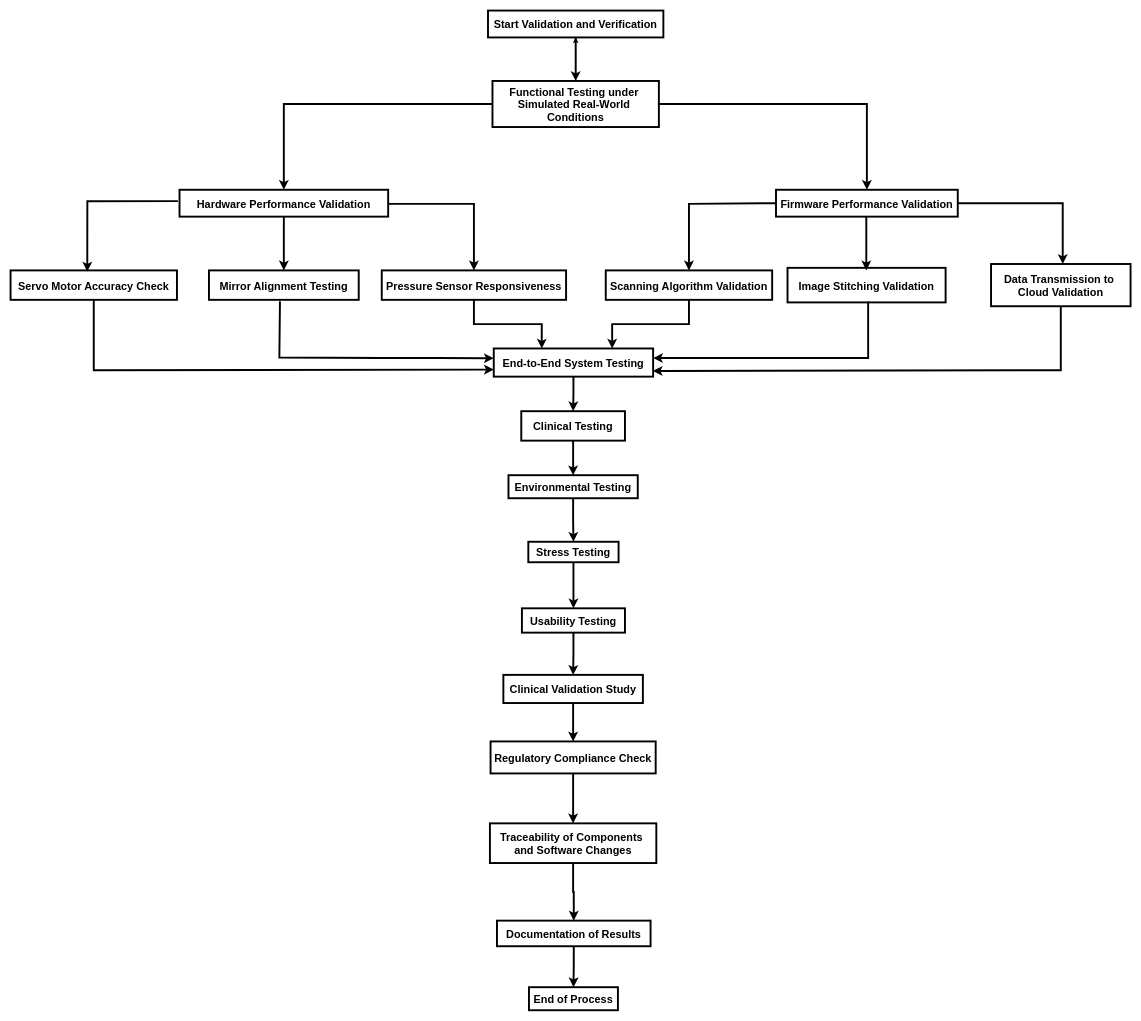
Earlier version of the draw.io diagram HW,FW work plan.drawio (Charlie174/Draw.io). Source tidied: cells renumbered, new cells numbered last; positions are measured from the earlier drawing's top-left corner, leaving out a move shared by most shapes. Both pictures are drawn from the tidied source at 64%, with x=0, y=0 at pixel (10, 10).
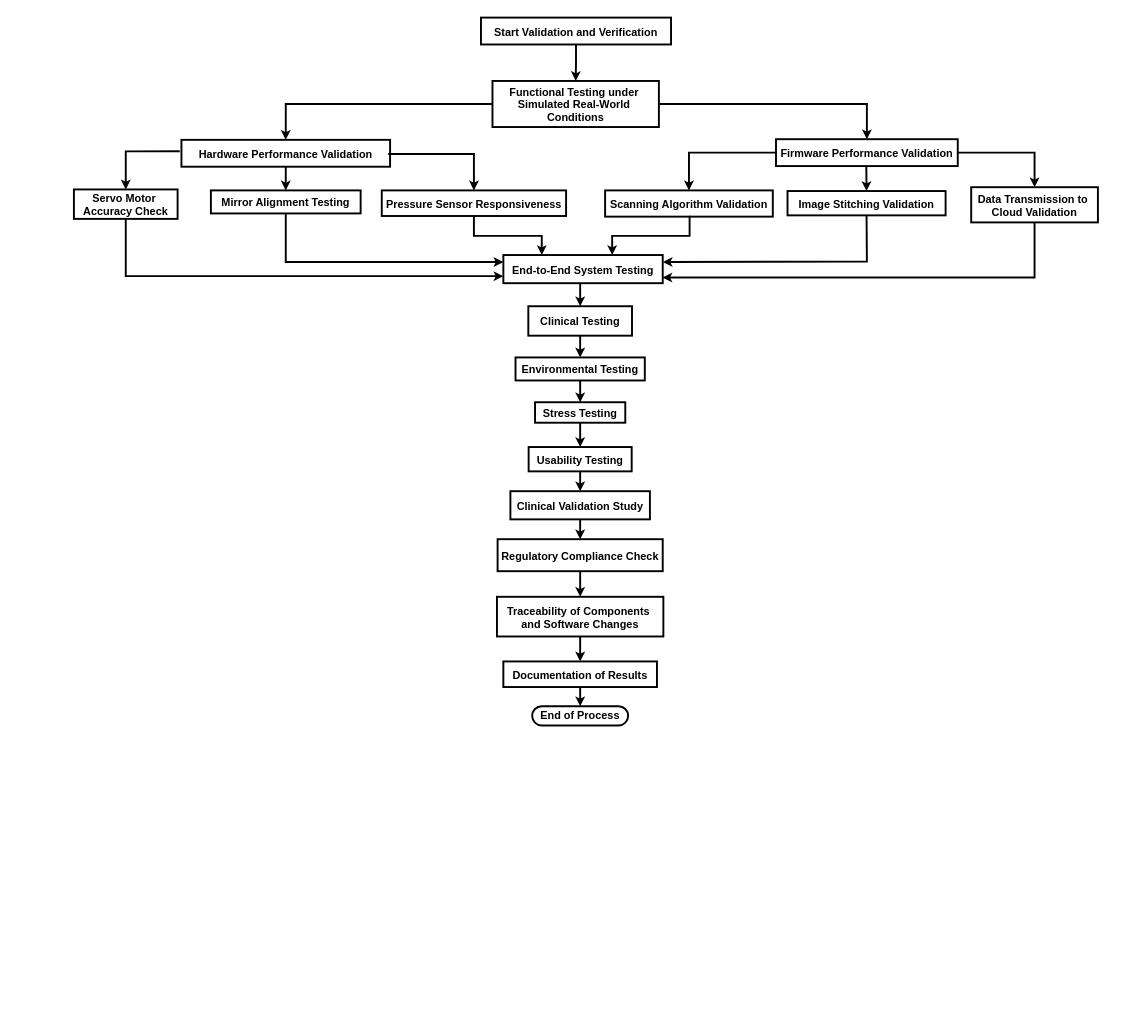
The same page after the edit.

The change refers to these unchanged cells:
```xml
<mxCell id="5" value="Functional Testing under &#10;Simulated Real-World &#10;Conditions" style="fillColor=none;strokeColor=default;strokeWidth=3;fontSize=17;fontStyle=1;" parent="1" vertex="1">
  <mxGeometry x="753" y="110" width="260" height="72" as="geometry" />
</mxCell>
```

What changed in the source:
```diff
@@
-    <mxCell id="2" style="edgeStyle=orthogonalEdgeStyle;rounded=0;jettySize=auto;html=1;strokeWidth=3;" parent="1" edge="1" source="3" target="5">
+    <mxCell id="2" style="edgeStyle=orthogonalEdgeStyle;rounded=0;jettySize=auto;html=1;strokeWidth=3;fontSize=17;" parent="1" edge="1" source="3" target="5">
       <mxGeometry relative="1" as="geometry" />
     </mxCell>
     <mxCell id="3" value="Start Validation and Verification" style="fillColor=none;strokeColor=default;strokeWidth=3;fontSize=17;fontStyle=1;" parent="1" vertex="1">
-      <mxGeometry x="746" width="274" height="42" as="geometry" />
+      <mxGeometry x="735" y="11" width="297" height="42" as="geometry" />
     </mxCell>
-    <mxCell id="4" style="edgeStyle=orthogonalEdgeStyle;rounded=0;jettySize=auto;html=1;" parent="1" edge="1" source="5" target="3">
-      <mxGeometry relative="1" as="geometry" />
-    </mxCell>
@@
-    <mxCell id="6" style="edgeStyle=orthogonalEdgeStyle;rounded=0;jettySize=auto;html=1;strokeWidth=3;" parent="1" edge="1" source="7" target="10">
+    <mxCell id="6" style="edgeStyle=orthogonalEdgeStyle;rounded=0;jettySize=auto;html=1;strokeWidth=3;fontSize=17;" parent="1" edge="1" source="7" target="10">
       <mxGeometry relative="1" as="geometry" />
     </mxCell>
     <mxCell id="7" value="Hardware Performance Validation" style="fillColor=none;strokeColor=default;strokeWidth=3;fontSize=17;fontStyle=1;" parent="1" vertex="1">
-      <mxGeometry x="264" y="280" width="326" height="42" as="geometry" />
+      <mxGeometry x="267" y="202" width="326" height="42" as="geometry" />
     </mxCell>
     <mxCell id="8" value="Firmware Performance Validation" style="fillColor=none;strokeColor=default;strokeWidth=3;fontSize=17;fontStyle=1;" parent="1" vertex="1">
-      <mxGeometry x="1196" y="280" width="284" height="42" as="geometry" />
+      <mxGeometry x="1196" y="201" width="284" height="42" as="geometry" />
     </mxCell>
-    <mxCell id="9" value="Servo Motor Accuracy Check" style="fillColor=none;strokeColor=default;strokeWidth=3;fontSize=17;fontStyle=1;" parent="1" vertex="1">
-      <mxGeometry y="406" width="260" height="46" as="geometry" />
+    <mxCell id="9" value="Servo Motor &#10;Accuracy Check" style="fillColor=none;strokeColor=default;strokeWidth=3;fontSize=17;fontStyle=1;" parent="1" vertex="1">
+      <mxGeometry x="99" y="279.5" width="162" height="46" as="geometry" />
     </mxCell>
     <mxCell id="10" value="Mirror Alignment Testing" style="fillColor=none;strokeColor=default;strokeWidth=3;fontSize=17;fontStyle=1;" parent="1" vertex="1">
-      <mxGeometry x="310" y="406" width="234" height="46" as="geometry" />
+      <mxGeometry x="313" y="281" width="234" height="36" as="geometry" />
     </mxCell>
-    <mxCell id="11" style="edgeStyle=orthogonalEdgeStyle;rounded=0;jettySize=auto;html=1;strokeWidth=3;" parent="1" edge="1" source="12" target="18">
+    <mxCell id="11" style="edgeStyle=orthogonalEdgeStyle;rounded=0;jettySize=auto;html=1;strokeWidth=3;exitX=0.5;exitY=1;exitDx=0;exitDy=0;fontSize=17;" parent="1" edge="1" source="12" target="18">
       <mxGeometry relative="1" as="geometry">
         <Array as="points">
-          <mxPoint x="724" y="490" />
-          <mxPoint x="830" y="490" />
+          <mxPoint x="724" y="352" />
+          <mxPoint x="830" y="352" />
         </Array>
       </mxGeometry>
     </mxCell>
     <mxCell id="12" value="Pressure Sensor Responsiveness" style="fillColor=none;strokeColor=default;strokeWidth=3;fontSize=17;fontStyle=1;" parent="1" vertex="1">
-      <mxGeometry x="580" y="406" width="288" height="46" as="geometry" />
+      <mxGeometry x="580" y="281" width="288" height="40" as="geometry" />
     </mxCell>
-    <mxCell id="13" style="edgeStyle=orthogonalEdgeStyle;rounded=0;jettySize=auto;html=1;strokeWidth=3;" parent="1" edge="1" source="14" target="18">
+    <mxCell id="13" style="edgeStyle=orthogonalEdgeStyle;rounded=0;jettySize=auto;html=1;strokeWidth=3;exitX=0.5;exitY=1;exitDx=0;exitDy=0;fontSize=17;" parent="1" edge="1" source="14" target="18">
       <mxGeometry relative="1" as="geometry">
         <Array as="points">
-          <mxPoint x="1060" y="490" />
-          <mxPoint x="940" y="490" />
+          <mxPoint x="1061" y="352" />
+          <mxPoint x="940" y="352" />
         </Array>
       </mxGeometry>
     </mxCell>
     <mxCell id="14" value="Scanning Algorithm Validation" style="fillColor=none;strokeColor=default;strokeWidth=3;fontSize=17;fontStyle=1;" parent="1" vertex="1">
-      <mxGeometry x="930" y="406" width="260" height="46" as="geometry" />
+      <mxGeometry x="929" y="281" width="262" height="41" as="geometry" />
     </mxCell>
     <mxCell id="15" value="Image Stitching Validation" style="fillColor=none;strokeColor=default;strokeWidth=3;fontSize=17;fontStyle=1;" parent="1" vertex="1">
-      <mxGeometry x="1214" y="402" width="247" height="54" as="geometry" />
+      <mxGeometry x="1214" y="282" width="247" height="38" as="geometry" />
     </mxCell>
     <mxCell id="16" value="Data Transmission to &#10;Cloud Validation" style="fillColor=none;strokeColor=default;strokeWidth=3;fontSize=17;fontStyle=1;" parent="1" vertex="1">
-      <mxGeometry x="1532" y="396" width="218" height="66" as="geometry" />
+      <mxGeometry x="1501" y="276" width="198" height="55" as="geometry" />
     </mxCell>
-    <mxCell id="17" style="edgeStyle=orthogonalEdgeStyle;rounded=0;jettySize=auto;html=1;strokeWidth=3;" parent="1" edge="1" source="18" target="20">
-      <mxGeometry relative="1" as="geometry" />
+    <mxCell id="17" style="edgeStyle=orthogonalEdgeStyle;rounded=0;jettySize=auto;html=1;strokeWidth=3;entryX=0.5;entryY=0;entryDx=0;entryDy=0;fontSize=17;" parent="1" edge="1" target="20">
+      <mxGeometry relative="1" as="geometry">
+        <mxPoint x="890" y="426" as="sourcePoint" />
+        <Array as="points">
+          <mxPoint x="890" y="452" />
+          <mxPoint x="890" y="452" />
+        </Array>
+      </mxGeometry>
     </mxCell>
     <mxCell id="18" value="End-to-End System Testing" style="fillColor=none;strokeColor=default;strokeWidth=3;fontSize=17;fontStyle=1;" parent="1" vertex="1">
-      <mxGeometry x="755" y="528" width="249" height="44" as="geometry" />
+      <mxGeometry x="770" y="382" width="249" height="44" as="geometry" />
     </mxCell>
-    <mxCell id="19" style="edgeStyle=orthogonalEdgeStyle;rounded=0;jettySize=auto;html=1;strokeWidth=3;" parent="1" edge="1" source="20" target="22">
+    <mxCell id="19" style="edgeStyle=orthogonalEdgeStyle;rounded=0;jettySize=auto;html=1;strokeWidth=3;fontSize=17;" parent="1" edge="1" source="20" target="22">
       <mxGeometry relative="1" as="geometry" />
     </mxCell>
     <mxCell id="20" value="Clinical Testing" style="fillColor=none;strokeColor=default;strokeWidth=3;fontSize=17;fontStyle=1;" parent="1" vertex="1">
-      <mxGeometry x="798" y="626" width="162" height="46" as="geometry" />
+      <mxGeometry x="809" y="462" width="162" height="46" as="geometry" />
     </mxCell>
-    <mxCell id="21" style="edgeStyle=orthogonalEdgeStyle;rounded=0;jettySize=auto;html=1;strokeWidth=3;" parent="1" edge="1" source="22" target="24">
+    <mxCell id="21" style="edgeStyle=orthogonalEdgeStyle;rounded=0;jettySize=auto;html=1;strokeWidth=3;fontSize=17;" parent="1" edge="1" source="22" target="24">
       <mxGeometry relative="1" as="geometry" />
     </mxCell>
     <mxCell id="22" value="Environmental Testing" style="fillColor=none;strokeColor=default;strokeWidth=3;fontSize=17;fontStyle=1;" parent="1" vertex="1">
-      <mxGeometry x="778" y="726" width="202" height="36" as="geometry" />
+      <mxGeometry x="789" y="542" width="202" height="36" as="geometry" />
     </mxCell>
-    <mxCell id="23" style="edgeStyle=orthogonalEdgeStyle;rounded=0;jettySize=auto;html=1;strokeWidth=3;" parent="1" edge="1" source="24" target="26">
+    <mxCell id="23" style="edgeStyle=orthogonalEdgeStyle;rounded=0;jettySize=auto;html=1;strokeWidth=3;fontSize=17;" parent="1" edge="1" source="24" target="26">
       <mxGeometry relative="1" as="geometry" />
     </mxCell>
     <mxCell id="24" value="Stress Testing" style="fillColor=none;strokeColor=default;strokeWidth=3;fontSize=17;fontStyle=1;" parent="1" vertex="1">
-      <mxGeometry x="809" y="830" width="141" height="32" as="geometry" />
+      <mxGeometry x="819.5" y="612" width="141" height="32" as="geometry" />
     </mxCell>
-    <mxCell id="25" style="edgeStyle=orthogonalEdgeStyle;rounded=0;jettySize=auto;html=1;strokeWidth=3;" parent="1" edge="1" source="26" target="28">
+    <mxCell id="25" style="edgeStyle=orthogonalEdgeStyle;rounded=0;jettySize=auto;html=1;strokeWidth=3;fontSize=17;" parent="1" edge="1" source="26" target="28">
       <mxGeometry relative="1" as="geometry" />
     </mxCell>
     <mxCell id="26" value="Usability Testing" style="fillColor=none;strokeColor=default;strokeWidth=3;fontSize=17;fontStyle=1;" parent="1" vertex="1">
-      <mxGeometry x="799" y="934" width="161" height="38" as="geometry" />
+      <mxGeometry x="809.5" y="682" width="161" height="38" as="geometry" />
     </mxCell>
-    <mxCell id="27" style="edgeStyle=orthogonalEdgeStyle;rounded=0;jettySize=auto;html=1;strokeWidth=3;" parent="1" edge="1" source="28" target="30">
+    <mxCell id="27" style="edgeStyle=orthogonalEdgeStyle;rounded=0;jettySize=auto;html=1;strokeWidth=3;fontSize=17;" parent="1" edge="1" source="28" target="30">
       <mxGeometry relative="1" as="geometry" />
     </mxCell>
     <mxCell id="28" value="Clinical Validation Study" style="fillColor=none;strokeColor=default;strokeWidth=3;fontSize=17;fontStyle=1;" parent="1" vertex="1">
-      <mxGeometry x="770" y="1038" width="218" height="44" as="geometry" />
+      <mxGeometry x="781" y="751" width="218" height="44" as="geometry" />
     </mxCell>
-    <mxCell id="29" style="edgeStyle=orthogonalEdgeStyle;rounded=0;jettySize=auto;html=1;strokeWidth=3;" parent="1" edge="1" source="30" target="32">
+    <mxCell id="29" style="edgeStyle=orthogonalEdgeStyle;rounded=0;jettySize=auto;html=1;strokeWidth=3;fontSize=17;" parent="1" edge="1" source="30" target="32">
       <mxGeometry relative="1" as="geometry" />
     </mxCell>
     <mxCell id="30" value="Regulatory Compliance Check" style="fillColor=none;strokeColor=default;strokeWidth=3;fontSize=17;fontStyle=1;" parent="1" vertex="1">
-      <mxGeometry x="750" y="1142" width="258" height="50" as="geometry" />
+      <mxGeometry x="761" y="826" width="258" height="50" as="geometry" />
     </mxCell>
-    <mxCell id="31" style="edgeStyle=orthogonalEdgeStyle;rounded=0;jettySize=auto;html=1;strokeWidth=3;" parent="1" edge="1" source="32" target="34">
+    <mxCell id="31" style="edgeStyle=orthogonalEdgeStyle;rounded=0;jettySize=auto;html=1;strokeWidth=3;fontSize=17;" parent="1" edge="1" source="32" target="34">
       <mxGeometry relative="1" as="geometry" />
     </mxCell>
     <mxCell id="32" value="Traceability of Components &#10;and Software Changes" style="fillColor=none;strokeColor=default;strokeWidth=3;fontSize=17;fontStyle=1;" parent="1" vertex="1">
-      <mxGeometry x="749" y="1270" width="260" height="62" as="geometry" />
+      <mxGeometry x="760" y="916" width="260" height="62" as="geometry" />
     </mxCell>
-    <mxCell id="33" style="edgeStyle=orthogonalEdgeStyle;rounded=0;jettySize=auto;html=1;strokeWidth=3;" parent="1" edge="1" source="34" target="35">
+    <mxCell id="33" style="edgeStyle=orthogonalEdgeStyle;rounded=0;jettySize=auto;html=1;strokeWidth=3;entryX=0.5;entryY=0;entryDx=0;entryDy=0;fontSize=17;" parent="1" edge="1" source="34" target="35">
       <mxGeometry relative="1" as="geometry" />
     </mxCell>
     <mxCell id="34" value="Documentation of Results" style="fillColor=none;strokeColor=default;strokeWidth=3;fontSize=17;fontStyle=1;" parent="1" vertex="1">
-      <mxGeometry x="760" y="1422" width="240" height="40" as="geometry" />
+      <mxGeometry x="770" y="1017" width="240" height="40" as="geometry" />
     </mxCell>
-    <mxCell id="35" value="End of Process" style="fillColor=none;strokeColor=default;strokeWidth=3;fontSize=17;fontStyle=1;" parent="1" vertex="1">
-      <mxGeometry x="810" y="1526" width="139" height="36" as="geometry" />
-    </mxCell>
-    <mxCell id="36" style="endArrow=classic;html=1;rounded=0;entryX=0.5;entryY=0;entryDx=0;entryDy=0;exitX=0;exitY=0.5;exitDx=0;exitDy=0;strokeWidth=3;" parent="1" edge="1" source="5" target="7">
+    <mxCell id="36" style="endArrow=classic;html=1;rounded=0;entryX=0.5;entryY=0;entryDx=0;entryDy=0;exitX=0;exitY=0.5;exitDx=0;exitDy=0;strokeWidth=3;fontSize=17;" parent="1" edge="1" source="5" target="7">
       <mxGeometry relative="1" as="geometry">
         <Array as="points">
-          <mxPoint x="427" y="146" />
+          <mxPoint x="430" y="146" />
         </Array>
       </mxGeometry>
     </mxCell>
-    <mxCell id="37" style="endArrow=classic;html=1;rounded=0;entryX=0.5;entryY=0;entryDx=0;entryDy=0;exitX=1;exitY=0.5;exitDx=0;exitDy=0;strokeWidth=3;" parent="1" edge="1" source="5" target="8">
+    <mxCell id="37" style="endArrow=classic;html=1;rounded=0;entryX=0.5;entryY=0;entryDx=0;entryDy=0;exitX=1;exitY=0.5;exitDx=0;exitDy=0;strokeWidth=3;fontSize=17;" parent="1" edge="1" source="5" target="8">
       <mxGeometry relative="1" as="geometry">
         <Array as="points">
           <mxPoint x="1338" y="146" />
         </Array>
       </mxGeometry>
     </mxCell>
-    <mxCell id="38" style="endArrow=classic;html=1;rounded=0;entryX=0.5;entryY=0;entryDx=0;entryDy=0;strokeWidth=3;exitX=0;exitY=0.5;exitDx=0;exitDy=0;" parent="1" edge="1" source="8">
-      <mxGeometry relative="1" as="geometry">
-        <mxPoint x="1060" y="406" as="targetPoint" />
-        <Array as="points">
-          <mxPoint x="1060" y="302" />
-          <mxPoint x="1060" y="352" />
-        </Array>
-      </mxGeometry>
-    </mxCell>
-    <mxCell id="39" style="endArrow=classic;html=1;rounded=0;entryX=0.5;entryY=0;entryDx=0;entryDy=0;exitX=1;exitY=0.5;exitDx=0;exitDy=0;strokeWidth=3;" parent="1" edge="1" target="12">
+    <mxCell id="39" style="endArrow=classic;html=1;rounded=0;entryX=0.5;entryY=0;entryDx=0;entryDy=0;exitX=1;exitY=0.5;exitDx=0;exitDy=0;strokeWidth=3;fontSize=17;" parent="1" edge="1" target="12">
       <mxGeometry relative="1" as="geometry">
-        <mxPoint x="590" y="302" as="sourcePoint" />
+        <mxPoint x="590" y="224" as="sourcePoint" />
         <Array as="points">
-          <mxPoint x="724" y="302" />
+          <mxPoint x="724" y="224" />
         </Array>
       </mxGeometry>
     </mxCell>
-    <mxCell id="40" style="endArrow=classic;html=1;rounded=0;entryX=0.461;entryY=0.039;entryDx=0;entryDy=0;strokeWidth=3;exitX=-0.008;exitY=0.424;exitDx=0;exitDy=0;exitPerimeter=0;entryPerimeter=0;" parent="1" edge="1" source="7" target="9">
+    <mxCell id="40" style="endArrow=classic;html=1;rounded=0;entryX=0.5;entryY=0;entryDx=0;entryDy=0;strokeWidth=3;exitX=-0.008;exitY=0.424;exitDx=0;exitDy=0;exitPerimeter=0;fontSize=17;" parent="1" edge="1" source="7" target="9">
       <mxGeometry relative="1" as="geometry">
         <Array as="points">
-          <mxPoint x="120" y="298" />
+          <mxPoint x="180" y="220" />
         </Array>
       </mxGeometry>
     </mxCell>
-    <mxCell id="41" style="edgeStyle=orthogonalEdgeStyle;rounded=0;orthogonalLoop=1;jettySize=auto;html=1;strokeWidth=3;" parent="1" edge="1">
+    <mxCell id="41" style="edgeStyle=orthogonalEdgeStyle;rounded=0;jettySize=auto;html=1;strokeWidth=3;entryX=0.5;entryY=0;entryDx=0;entryDy=0;fontSize=17;" parent="1" edge="1" target="15">
       <mxGeometry relative="1" as="geometry">
-        <mxPoint x="1337.1" y="322" as="sourcePoint" />
-        <mxPoint x="1337.1" y="406" as="targetPoint" />
+        <mxPoint x="1337.1" y="244" as="sourcePoint" />
       </mxGeometry>
     </mxCell>
-    <mxCell id="42" style="endArrow=classic;html=1;rounded=0;entryX=0.5;entryY=0;entryDx=0;entryDy=0;exitX=1;exitY=0.5;exitDx=0;exitDy=0;strokeWidth=3;" parent="1" edge="1" source="8">
+    <mxCell id="42" style="endArrow=classic;html=1;rounded=0;exitX=1;exitY=0.5;exitDx=0;exitDy=0;strokeWidth=3;entryX=0.5;entryY=0;entryDx=0;entryDy=0;fontSize=17;" parent="1" edge="1" source="8" target="16">
       <mxGeometry relative="1" as="geometry">
-        <mxPoint x="1644" y="396" as="targetPoint" />
         <Array as="points">
-          <mxPoint x="1644" y="301" />
+          <mxPoint x="1600" y="222" />
         </Array>
       </mxGeometry>
     </mxCell>
-    <mxCell id="43" style="endArrow=classic;html=1;rounded=0;exitX=0.5;exitY=1;exitDx=0;exitDy=0;entryX=0;entryY=0.75;entryDx=0;entryDy=0;strokeWidth=3;" parent="1" edge="1" source="9" target="18">
+    <mxCell id="43" style="endArrow=classic;html=1;rounded=0;exitX=0.5;exitY=1;exitDx=0;exitDy=0;entryX=0;entryY=0.75;entryDx=0;entryDy=0;strokeWidth=3;fontSize=17;" parent="1" edge="1" source="9" target="18">
       <mxGeometry relative="1" as="geometry">
         <Array as="points">
-          <mxPoint x="130" y="562" />
+          <mxPoint x="180" y="415" />
         </Array>
       </mxGeometry>
     </mxCell>
-    <mxCell id="44" style="endArrow=classic;html=1;rounded=0;exitX=0.474;exitY=1.052;exitDx=0;exitDy=0;strokeWidth=3;entryX=0;entryY=0.141;entryDx=0;entryDy=0;entryPerimeter=0;exitPerimeter=0;" parent="1" edge="1" source="10">
+    <mxCell id="44" style="endArrow=classic;html=1;rounded=0;strokeWidth=3;entryX=0;entryY=0.25;entryDx=0;entryDy=0;exitX=0.5;exitY=1;exitDx=0;exitDy=0;fontSize=17;" parent="1" edge="1" source="10" target="18">
       <mxGeometry relative="1" as="geometry">
-        <mxPoint x="755" y="543.2" as="targetPoint" />
         <Array as="points">
-          <mxPoint x="420" y="542" />
-          <mxPoint x="580" y="543" />
-          <mxPoint x="670" y="543" />
+          <mxPoint x="430" y="393" />
+          <mxPoint x="603" y="393" />
         </Array>
       </mxGeometry>
     </mxCell>
-    <mxCell id="45" style="endArrow=classic;html=1;rounded=0;strokeWidth=3;entryX=0.998;entryY=0.798;entryDx=0;entryDy=0;entryPerimeter=0;exitX=0.5;exitY=1;exitDx=0;exitDy=0;" parent="1" edge="1" source="16" target="18">
+    <mxCell id="45" style="endArrow=classic;html=1;rounded=0;strokeWidth=3;entryX=0.998;entryY=0.798;entryDx=0;entryDy=0;entryPerimeter=0;exitX=0.5;exitY=1;exitDx=0;exitDy=0;fontSize=17;" parent="1" edge="1" source="16" target="18">
       <mxGeometry relative="1" as="geometry">
         <Array as="points">
-          <mxPoint x="1641" y="562" />
+          <mxPoint x="1600" y="417" />
         </Array>
       </mxGeometry>
     </mxCell>
-    <mxCell id="46" style="endArrow=classic;html=1;rounded=0;strokeWidth=3;entryX=0.998;entryY=0.798;entryDx=0;entryDy=0;entryPerimeter=0;exitX=0.51;exitY=0.976;exitDx=0;exitDy=0;exitPerimeter=0;" parent="1" edge="1" source="15">
+    <mxCell id="46" style="endArrow=classic;html=1;rounded=0;strokeWidth=3;entryX=1;entryY=0.25;entryDx=0;entryDy=0;exitX=0.5;exitY=1;exitDx=0;exitDy=0;fontSize=17;" parent="1" edge="1" source="15" target="18">
       <mxGeometry relative="1" as="geometry">
-        <mxPoint x="1004" y="543" as="targetPoint" />
         <Array as="points">
-          <mxPoint x="1340" y="543" />
+          <mxPoint x="1338" y="392" />
         </Array>
       </mxGeometry>
     </mxCell>
+    <mxCell id="35" value="&lt;span style=&quot;font-weight: 700; text-wrap-mode: nowrap;&quot;&gt;End of Process&lt;/span&gt;" style="rounded=1;whiteSpace=wrap;html=1;strokeWidth=3;arcSize=50;fontSize=17;" parent="1" vertex="1">
+      <mxGeometry x="815" y="1087" width="150" height="30" as="geometry" />
+    </mxCell>
+    <mxCell id="47" style="endArrow=classic;html=1;rounded=0;entryX=0.5;entryY=0;entryDx=0;entryDy=0;exitX=0;exitY=0.5;exitDx=0;exitDy=0;strokeWidth=3;fontSize=17;" parent="1" edge="1" source="8" target="14">
+      <mxGeometry relative="1" as="geometry">
+        <Array as="points">
+          <mxPoint x="1060" y="222" />
+        </Array>
+      </mxGeometry>
+    </mxCell>
```
